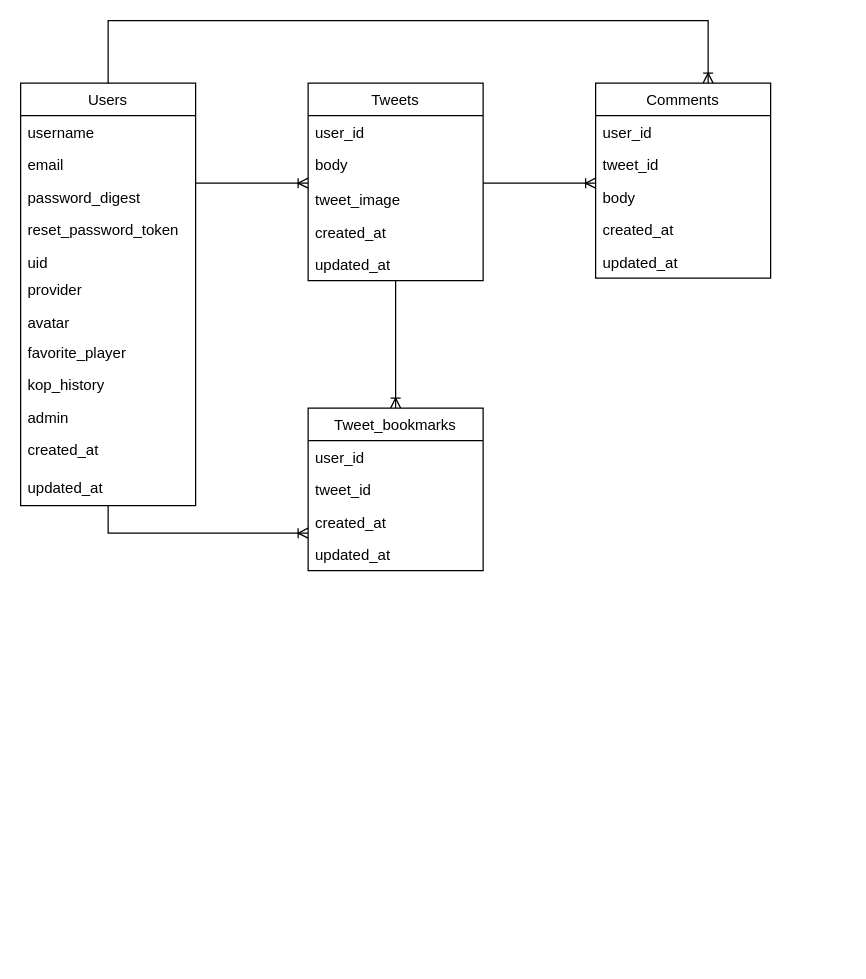
The draw.io diagram er.drawio in sasakix69/Liverpool_One, before the edit. Source tidied: cells renumbered, new cells numbered last; positions are measured from the earlier drawing's top-left corner, leaving out a move shared by most shapes. Both pictures are drawn from the tidied source at 125%, with x=0, y=0 at pixel (20, 20).
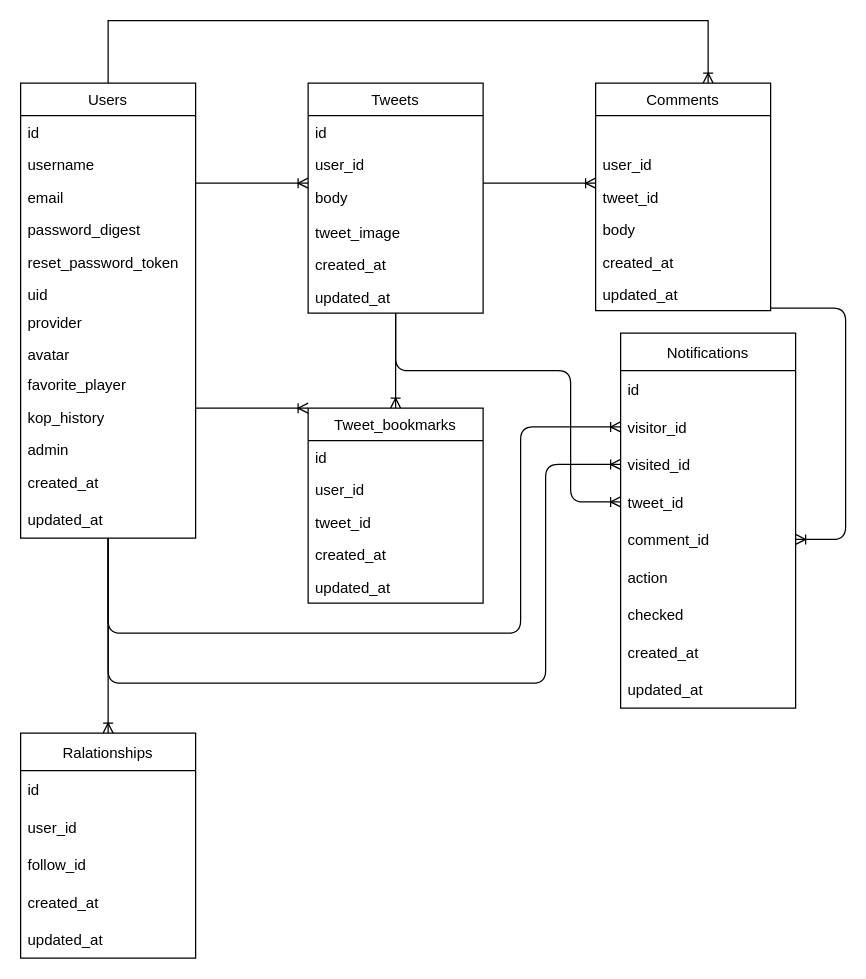
After the change.

Commit message:
Update: ER図にテーブル「通知」、「フォロー」を追加

Change to the diagram source:
```diff
@@
+    <mxCell id="37" style="edgeStyle=orthogonalEdgeStyle;html=1;endArrow=ERoneToMany;endFill=0;" parent="1" edge="1" source="4" target="49">
+      <mxGeometry relative="1" as="geometry">
+        <Array as="points">
+          <mxPoint x="70" y="530" />
+          <mxPoint x="420" y="530" />
+          <mxPoint x="420" y="355" />
+        </Array>
+      </mxGeometry>
+    </mxCell>
+    <mxCell id="38" style="edgeStyle=orthogonalEdgeStyle;html=1;endArrow=ERoneToMany;endFill=0;" parent="1" edge="1" source="4" target="48">
+      <mxGeometry relative="1" as="geometry">
+        <Array as="points">
+          <mxPoint x="70" y="490" />
+          <mxPoint x="400" y="490" />
+          <mxPoint x="400" y="325" />
+        </Array>
+      </mxGeometry>
+    </mxCell>
+    <mxCell id="39" style="edgeStyle=orthogonalEdgeStyle;html=1;entryX=0.5;entryY=0;entryDx=0;entryDy=0;endArrow=ERoneToMany;endFill=0;" parent="1" edge="1" source="4" target="56">
+      <mxGeometry relative="1" as="geometry" />
+    </mxCell>
     <mxCell id="4" value="Users" style="swimlane;fontStyle=0;horizontal=1;startSize=26;fillColor=none;" parent="1" vertex="1">
-      <mxGeometry y="50" width="140" height="338" as="geometry" />
+      <mxGeometry y="50" width="140" height="364" as="geometry" />
     </mxCell>
+    <mxCell id="40" value="id" style="text;strokeColor=none;fillColor=none;align=left;verticalAlign=top;spacingLeft=4;spacingRight=4;overflow=hidden;" parent="4" vertex="1">
+      <mxGeometry y="26" width="140" height="26" as="geometry" />
+    </mxCell>
     <mxCell id="5" value="username" style="text;strokeColor=none;fillColor=none;align=left;verticalAlign=top;spacingLeft=4;spacingRight=4;overflow=hidden;" parent="4" vertex="1">
-      <mxGeometry y="26" width="140" height="26" as="geometry" />
+      <mxGeometry y="52" width="140" height="26" as="geometry" />
     </mxCell>
     <mxCell id="6" value="email" style="text;strokeColor=none;fillColor=none;align=left;verticalAlign=top;spacingLeft=4;spacingRight=4;overflow=hidden;" parent="4" vertex="1">
-      <mxGeometry y="52" width="140" height="26" as="geometry" />
+      <mxGeometry y="78" width="140" height="26" as="geometry" />
     </mxCell>
     <mxCell id="7" value="password_digest" style="text;strokeColor=none;fillColor=none;align=left;verticalAlign=top;spacingLeft=4;spacingRight=4;overflow=hidden;" parent="4" vertex="1">
-      <mxGeometry y="78" width="140" height="26" as="geometry" />
+      <mxGeometry y="104" width="140" height="26" as="geometry" />
     </mxCell>
     <mxCell id="8" value="reset_password_token" style="text;strokeColor=none;fillColor=none;align=left;verticalAlign=top;spacingLeft=4;spacingRight=4;overflow=hidden;" parent="4" vertex="1">
-      <mxGeometry y="104" width="140" height="26" as="geometry" />
+      <mxGeometry y="130" width="140" height="26" as="geometry" />
     </mxCell>
     <mxCell id="9" value="uid" style="text;strokeColor=none;fillColor=none;align=left;verticalAlign=top;spacingLeft=4;spacingRight=4;overflow=hidden;" parent="4" vertex="1">
-      <mxGeometry y="130" width="140" height="22" as="geometry" />
+      <mxGeometry y="156" width="140" height="22" as="geometry" />
     </mxCell>
     <mxCell id="10" value="provider" style="text;strokeColor=none;fillColor=none;align=left;verticalAlign=top;spacingLeft=4;spacingRight=4;overflow=hidden;" parent="4" vertex="1">
-      <mxGeometry y="152" width="140" height="26" as="geometry" />
+      <mxGeometry y="178" width="140" height="26" as="geometry" />
     </mxCell>
     <mxCell id="11" value="avatar" style="text;strokeColor=none;fillColor=none;align=left;verticalAlign=top;spacingLeft=4;spacingRight=4;overflow=hidden;" parent="4" vertex="1">
-      <mxGeometry y="178" width="140" height="24" as="geometry" />
+      <mxGeometry y="204" width="140" height="24" as="geometry" />
     </mxCell>
     <mxCell id="12" value="favorite_player" style="text;strokeColor=none;fillColor=none;align=left;verticalAlign=top;spacingLeft=4;spacingRight=4;overflow=hidden;" parent="4" vertex="1">
-      <mxGeometry y="202" width="140" height="26" as="geometry" />
+      <mxGeometry y="228" width="140" height="26" as="geometry" />
     </mxCell>
     <mxCell id="13" value="kop_history" style="text;strokeColor=none;fillColor=none;align=left;verticalAlign=top;spacingLeft=4;spacingRight=4;overflow=hidden;" parent="4" vertex="1">
-      <mxGeometry y="228" width="140" height="26" as="geometry" />
+      <mxGeometry y="254" width="140" height="26" as="geometry" />
     </mxCell>
     <mxCell id="14" value="admin" style="text;strokeColor=none;fillColor=none;align=left;verticalAlign=top;spacingLeft=4;spacingRight=4;overflow=hidden;" parent="4" vertex="1">
-      <mxGeometry y="254" width="140" height="26" as="geometry" />
+      <mxGeometry y="280" width="140" height="26" as="geometry" />
     </mxCell>
     <mxCell id="15" value="created_at" style="text;strokeColor=none;fillColor=none;align=left;verticalAlign=top;spacingLeft=4;spacingRight=4;overflow=hidden;" parent="4" vertex="1">
-      <mxGeometry y="280" width="140" height="30" as="geometry" />
+      <mxGeometry y="306" width="140" height="30" as="geometry" />
     </mxCell>
     <mxCell id="16" value="updated_at" style="text;strokeColor=none;fillColor=none;align=left;verticalAlign=top;spacingLeft=4;spacingRight=4;overflow=hidden;" parent="4" vertex="1">
-      <mxGeometry y="310" width="140" height="28" as="geometry" />
+      <mxGeometry y="336" width="140" height="28" as="geometry" />
     </mxCell>
     <mxCell id="17" value="Tweet_bookmarks" style="swimlane;fontStyle=0;horizontal=1;startSize=26;fillColor=none;" parent="1" vertex="1">
-      <mxGeometry x="230" y="310" width="140" height="130" as="geometry" />
+      <mxGeometry x="230" y="310" width="140" height="156" as="geometry" />
     </mxCell>
+    <mxCell id="41" value="id" style="text;strokeColor=none;fillColor=none;align=left;verticalAlign=top;spacingLeft=4;spacingRight=4;overflow=hidden;" parent="17" vertex="1">
+      <mxGeometry y="26" width="140" height="26" as="geometry" />
+    </mxCell>
     <mxCell id="18" value="user_id" style="text;strokeColor=none;fillColor=none;align=left;verticalAlign=top;spacingLeft=4;spacingRight=4;overflow=hidden;" parent="17" vertex="1">
-      <mxGeometry y="26" width="140" height="26" as="geometry" />
+      <mxGeometry y="52" width="140" height="26" as="geometry" />
     </mxCell>
     <mxCell id="19" value="tweet_id" style="text;strokeColor=none;fillColor=none;align=left;verticalAlign=top;spacingLeft=4;spacingRight=4;overflow=hidden;" parent="17" vertex="1">
-      <mxGeometry y="52" width="140" height="26" as="geometry" />
+      <mxGeometry y="78" width="140" height="26" as="geometry" />
     </mxCell>
     <mxCell id="20" value="created_at" style="text;strokeColor=none;fillColor=none;align=left;verticalAlign=top;spacingLeft=4;spacingRight=4;overflow=hidden;" parent="17" vertex="1">
-      <mxGeometry y="78" width="140" height="26" as="geometry" />
+      <mxGeometry y="104" width="140" height="26" as="geometry" />
     </mxCell>
     <mxCell id="21" value="updated_at" style="text;strokeColor=none;fillColor=none;align=left;verticalAlign=top;spacingLeft=4;spacingRight=4;overflow=hidden;" parent="17" vertex="1">
-      <mxGeometry y="104" width="140" height="26" as="geometry" />
+      <mxGeometry y="130" width="140" height="26" as="geometry" />
     </mxCell>
@@
+    <mxCell id="42" style="edgeStyle=orthogonalEdgeStyle;html=1;endArrow=ERoneToMany;endFill=0;" parent="1" edge="1" source="23" target="50">
+      <mxGeometry relative="1" as="geometry">
+        <Array as="points">
+          <mxPoint x="300" y="280" />
+          <mxPoint x="440" y="280" />
+          <mxPoint x="440" y="385" />
+        </Array>
+      </mxGeometry>
+    </mxCell>
     <mxCell id="23" value="Tweets" style="swimlane;fontStyle=0;horizontal=1;startSize=26;fillColor=none;" parent="1" vertex="1">
-      <mxGeometry x="230" y="50" width="140" height="158" as="geometry" />
+      <mxGeometry x="230" y="50" width="140" height="184" as="geometry" />
     </mxCell>
+    <mxCell id="43" value="id" style="text;strokeColor=none;fillColor=none;align=left;verticalAlign=top;spacingLeft=4;spacingRight=4;overflow=hidden;" parent="23" vertex="1">
+      <mxGeometry y="26" width="140" height="26" as="geometry" />
+    </mxCell>
     <mxCell id="24" value="user_id" style="text;strokeColor=none;fillColor=none;align=left;verticalAlign=top;spacingLeft=4;spacingRight=4;overflow=hidden;" parent="23" vertex="1">
-      <mxGeometry y="26" width="140" height="26" as="geometry" />
+      <mxGeometry y="52" width="140" height="26" as="geometry" />
     </mxCell>
     <mxCell id="25" value="body" style="text;strokeColor=none;fillColor=none;align=left;verticalAlign=top;spacingLeft=4;spacingRight=4;overflow=hidden;" parent="23" vertex="1">
-      <mxGeometry y="52" width="140" height="28" as="geometry" />
+      <mxGeometry y="78" width="140" height="28" as="geometry" />
     </mxCell>
     <mxCell id="26" value="tweet_image" style="text;strokeColor=none;fillColor=none;align=left;verticalAlign=top;spacingLeft=4;spacingRight=4;overflow=hidden;" parent="23" vertex="1">
-      <mxGeometry y="80" width="140" height="26" as="geometry" />
+      <mxGeometry y="106" width="140" height="26" as="geometry" />
     </mxCell>
     <mxCell id="27" value="created_at" style="text;strokeColor=none;fillColor=none;align=left;verticalAlign=top;spacingLeft=4;spacingRight=4;overflow=hidden;" parent="23" vertex="1">
-      <mxGeometry y="106" width="140" height="26" as="geometry" />
+      <mxGeometry y="132" width="140" height="26" as="geometry" />
     </mxCell>
     <mxCell id="28" value="updated_at" style="text;strokeColor=none;fillColor=none;align=left;verticalAlign=top;spacingLeft=4;spacingRight=4;overflow=hidden;" parent="23" vertex="1">
-      <mxGeometry y="132" width="140" height="26" as="geometry" />
+      <mxGeometry y="158" width="140" height="26" as="geometry" />
     </mxCell>
+    <mxCell id="44" style="edgeStyle=orthogonalEdgeStyle;html=1;entryX=1;entryY=0.5;entryDx=0;entryDy=0;endArrow=ERoneToMany;endFill=0;" parent="1" edge="1" source="29" target="51">
+      <mxGeometry relative="1" as="geometry">
+        <Array as="points">
+          <mxPoint x="530" y="230" />
+          <mxPoint x="660" y="230" />
+          <mxPoint x="660" y="385" />
+        </Array>
+      </mxGeometry>
+    </mxCell>
     <mxCell id="29" value="Comments" style="swimlane;fontStyle=0;horizontal=1;startSize=26;fillColor=none;" parent="1" vertex="1">
-      <mxGeometry x="460" y="50" width="140" height="156" as="geometry" />
+      <mxGeometry x="460" y="50" width="140" height="182" as="geometry" />
     </mxCell>
+    <mxCell id="45" style="text;strokeColor=none;fillColor=none;align=left;verticalAlign=top;spacingLeft=4;spacingRight=4;overflow=hidden;" parent="29" vertex="1">
+      <mxGeometry y="26" width="140" height="26" as="geometry" />
+    </mxCell>
     <mxCell id="30" value="user_id" style="text;strokeColor=none;fillColor=none;align=left;verticalAlign=top;spacingLeft=4;spacingRight=4;overflow=hidden;" parent="29" vertex="1">
-      <mxGeometry y="26" width="140" height="26" as="geometry" />
+      <mxGeometry y="52" width="140" height="26" as="geometry" />
     </mxCell>
     <mxCell id="31" value="tweet_id" style="text;strokeColor=none;fillColor=none;align=left;verticalAlign=top;spacingLeft=4;spacingRight=4;overflow=hidden;" parent="29" vertex="1">
-      <mxGeometry y="52" width="140" height="26" as="geometry" />
+      <mxGeometry y="78" width="140" height="26" as="geometry" />
     </mxCell>
     <mxCell id="32" value="body" style="text;strokeColor=none;fillColor=none;align=left;verticalAlign=top;spacingLeft=4;spacingRight=4;overflow=hidden;" parent="29" vertex="1">
-      <mxGeometry y="78" width="140" height="26" as="geometry" />
+      <mxGeometry y="104" width="140" height="26" as="geometry" />
     </mxCell>
     <mxCell id="33" value="created_at" style="text;strokeColor=none;fillColor=none;align=left;verticalAlign=top;spacingLeft=4;spacingRight=4;overflow=hidden;" parent="29" vertex="1">
-      <mxGeometry y="104" width="140" height="26" as="geometry" />
+      <mxGeometry y="130" width="140" height="26" as="geometry" />
     </mxCell>
     <mxCell id="34" value="updated_at" style="text;strokeColor=none;fillColor=none;align=left;verticalAlign=top;spacingLeft=4;spacingRight=4;overflow=hidden;" parent="29" vertex="1">
-      <mxGeometry y="130" width="140" height="26" as="geometry" />
+      <mxGeometry y="156" width="140" height="26" as="geometry" />
     </mxCell>
@@
+    <mxCell id="46" value="Notifications" style="swimlane;fontStyle=0;horizontal=1;startSize=30;" parent="1" vertex="1">
+      <mxGeometry x="480" y="250" width="140" height="300" as="geometry" />
+    </mxCell>
+    <mxCell id="47" value="id" style="text;strokeColor=none;fillColor=none;align=left;verticalAlign=middle;spacingLeft=4;spacingRight=4;overflow=hidden;" parent="46" vertex="1">
+      <mxGeometry y="30" width="140" height="30" as="geometry" />
+    </mxCell>
+    <mxCell id="48" value="visitor_id" style="text;strokeColor=none;fillColor=none;align=left;verticalAlign=middle;spacingLeft=4;spacingRight=4;overflow=hidden;points=[[0,0.5],[1,0.5]];portConstraint=eastwest;" parent="46" vertex="1">
+      <mxGeometry y="60" width="140" height="30" as="geometry" />
+    </mxCell>
+    <mxCell id="49" value="visited_id" style="text;strokeColor=none;fillColor=none;align=left;verticalAlign=middle;spacingLeft=4;spacingRight=4;overflow=hidden;points=[[0,0.5],[1,0.5]];portConstraint=eastwest;" parent="46" vertex="1">
+      <mxGeometry y="90" width="140" height="30" as="geometry" />
+    </mxCell>
+    <mxCell id="50" value="tweet_id" style="text;strokeColor=none;fillColor=none;align=left;verticalAlign=middle;spacingLeft=4;spacingRight=4;overflow=hidden;points=[[0,0.5],[1,0.5]];portConstraint=eastwest;" parent="46" vertex="1">
+      <mxGeometry y="120" width="140" height="30" as="geometry" />
+    </mxCell>
+    <mxCell id="51" value="comment_id" style="text;strokeColor=none;fillColor=none;align=left;verticalAlign=middle;spacingLeft=4;spacingRight=4;overflow=hidden;points=[[0,0.5],[1,0.5]];portConstraint=eastwest;" parent="46" vertex="1">
+      <mxGeometry y="150" width="140" height="30" as="geometry" />
+    </mxCell>
+    <mxCell id="52" value="action" style="text;strokeColor=none;fillColor=none;align=left;verticalAlign=middle;spacingLeft=4;spacingRight=4;overflow=hidden;" parent="46" vertex="1">
+      <mxGeometry y="180" width="140" height="30" as="geometry" />
+    </mxCell>
+    <mxCell id="53" value="checked" style="text;strokeColor=none;fillColor=none;align=left;verticalAlign=middle;spacingLeft=4;spacingRight=4;overflow=hidden;" parent="46" vertex="1">
+      <mxGeometry y="210" width="140" height="30" as="geometry" />
+    </mxCell>
+    <mxCell id="54" value="created_at" style="text;strokeColor=none;fillColor=none;align=left;verticalAlign=middle;spacingLeft=4;spacingRight=4;overflow=hidden;" parent="46" vertex="1">
+      <mxGeometry y="240" width="140" height="30" as="geometry" />
+    </mxCell>
+    <mxCell id="55" value="updated_at" style="text;strokeColor=none;fillColor=none;align=left;verticalAlign=middle;spacingLeft=4;spacingRight=4;overflow=hidden;" parent="46" vertex="1">
+      <mxGeometry y="270" width="140" height="30" as="geometry" />
+    </mxCell>
+    <mxCell id="56" value="Ralationships" style="swimlane;fontStyle=0;horizontal=1;startSize=30;" parent="1" vertex="1">
+      <mxGeometry y="570" width="140" height="180" as="geometry" />
+    </mxCell>
+    <mxCell id="57" value="id" style="text;strokeColor=none;fillColor=none;align=left;verticalAlign=middle;spacingLeft=4;spacingRight=4;overflow=hidden;" parent="56" vertex="1">
+      <mxGeometry y="30" width="140" height="30" as="geometry" />
+    </mxCell>
+    <mxCell id="58" value="user_id" style="text;strokeColor=none;fillColor=none;align=left;verticalAlign=middle;spacingLeft=4;spacingRight=4;overflow=hidden;" parent="56" vertex="1">
+      <mxGeometry y="60" width="140" height="30" as="geometry" />
+    </mxCell>
+    <mxCell id="59" value="follow_id" style="text;strokeColor=none;fillColor=none;align=left;verticalAlign=middle;spacingLeft=4;spacingRight=4;overflow=hidden;" parent="56" vertex="1">
+      <mxGeometry y="90" width="140" height="30" as="geometry" />
+    </mxCell>
+    <mxCell id="60" value="created_at" style="text;strokeColor=none;fillColor=none;align=left;verticalAlign=middle;spacingLeft=4;spacingRight=4;overflow=hidden;" parent="56" vertex="1">
+      <mxGeometry y="120" width="140" height="30" as="geometry" />
+    </mxCell>
+    <mxCell id="61" value="updated_at" style="text;strokeColor=none;fillColor=none;align=left;verticalAlign=middle;spacingLeft=4;spacingRight=4;overflow=hidden;" parent="56" vertex="1">
+      <mxGeometry y="150" width="140" height="30" as="geometry" />
+    </mxCell>
```
